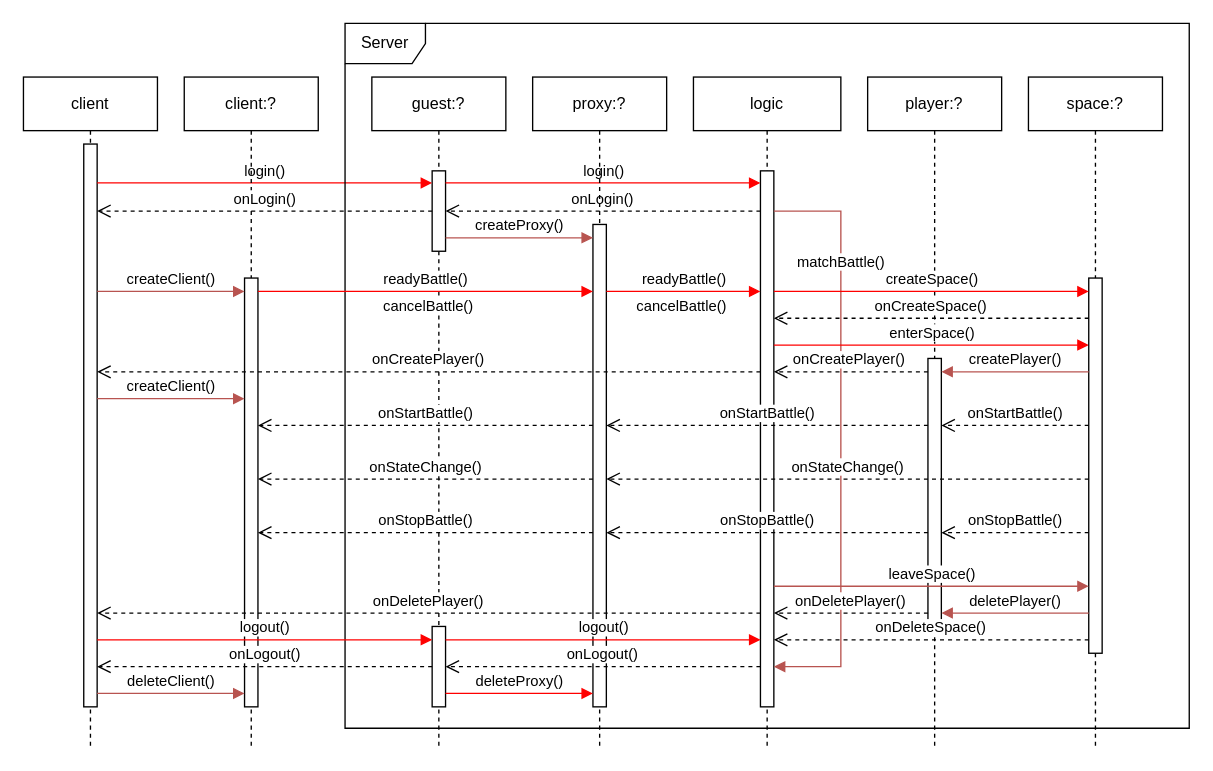
ChivenZhang/OpenMS keeps this draw.io diagram as page "状态同步" (3 of 4) of Document/OpenMS.drawio. Above is the earlier version. Source tidied: cells renumbered, new cells numbered last; positions are measured from the earlier drawing's top-left corner, leaving out a move shared by most shapes. Both pictures are drawn from the tidied source at 134%, with x=0, y=0 at pixel (23, 23).
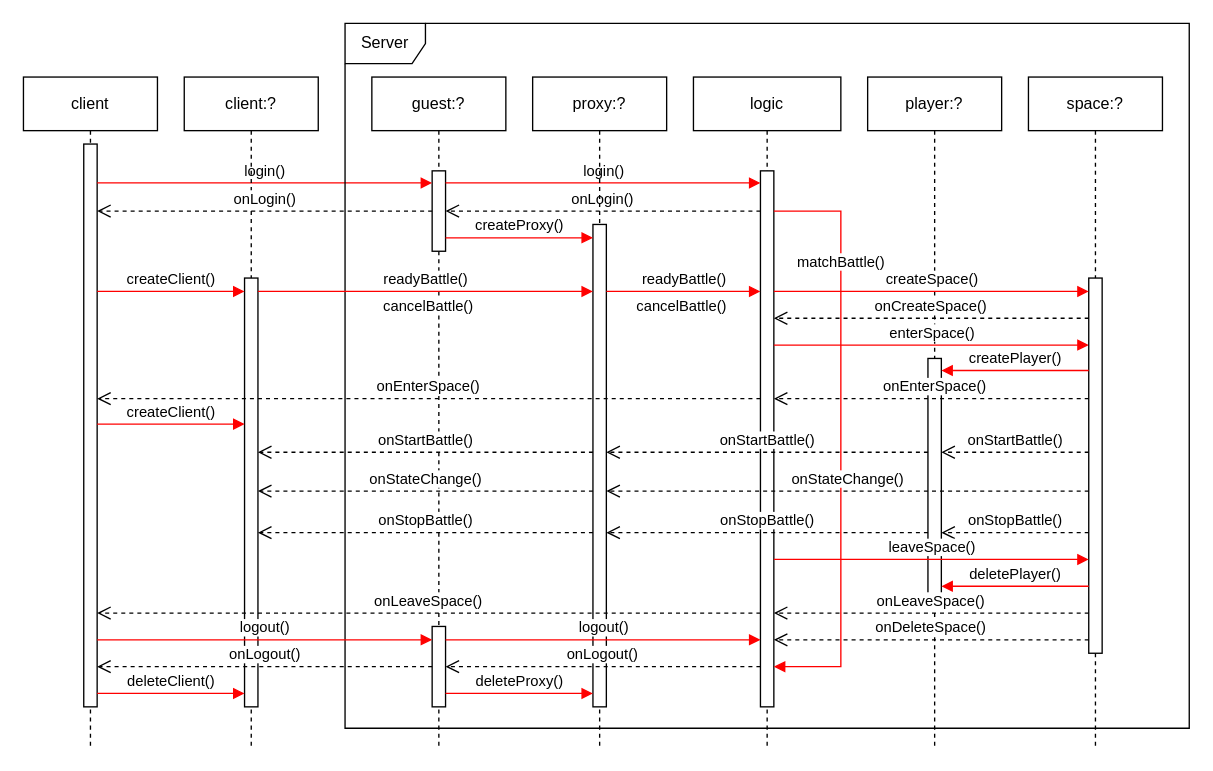
The same diagram, later.

The change refers to these unchanged cells:
```xml
<mxCell id="7" value="player:?" style="shape=umlLifeline;perimeter=lifelinePerimeter;whiteSpace=wrap;html=1;newEdgeStyle={&quot;curved&quot;:0,&quot;rounded&quot;:0};" parent="1" vertex="1">
  <mxGeometry x="630" y="40" width="100" height="500" as="geometry" />
</mxCell>
<mxCell id="10" style="html=1;points=[[0,0,0,0,5],[0,1,0,0,-5],[1,0,0,0,5],[1,1,0,0,-5]];perimeter=orthogonalPerimeter;outlineConnect=0;targetShapes=umlLifeline;portConstraint=eastwest;newEdgeStyle={&quot;curved&quot;:0,&quot;rounded&quot;:0};" parent="9" vertex="1">
  <mxGeometry x="50" y="70" width="10" height="400" as="geometry" />
</mxCell>
<mxCell id="42" style="html=1;points=[[0,0,0,0,5],[0,1,0,0,-5],[1,0,0,0,5],[1,1,0,0,-5]];perimeter=orthogonalPerimeter;outlineConnect=0;targetShapes=umlLifeline;portConstraint=eastwest;newEdgeStyle={&quot;curved&quot;:0,&quot;rounded&quot;:0};" parent="41" vertex="1">
  <mxGeometry x="45" y="150" width="10" height="280" as="geometry" />
</mxCell>
```

Change to the diagram source:
```diff
@@
     <mxCell id="8" style="html=1;perimeter=orthogonalPerimeter;targetShapes=umlLifeline;newEdgeStyle={&quot;curved&quot;:0,&quot;rounded&quot;:0};" parent="7" vertex="1">
-      <mxGeometry x="45" y="210" width="10" height="200" as="geometry" />
+      <mxGeometry x="45" y="210" width="10" height="180" as="geometry" />
     </mxCell>
-    <mxCell id="9" value="logic" style="shape=umlLifeline;perimeter=lifelinePerimeter;whiteSpace=wrap;html=1;newEdgeStyle={&quot;curved&quot;:0,&quot;rounded&quot;:0};" parent="1" vertex="1">
+    <mxCell id="9" value="logic" style="shape=umlLifeline;perimeter=lifelinePerimeter;whiteSpace=wrap;html=1;newEdgeStyle={&quot;curved&quot;:0,&quot;rounded&quot;:0};strokeColor=#000000;" parent="1" vertex="1">
       <mxGeometry x="500" y="40" width="110" height="500" as="geometry" />
     </mxCell>
@@
-    <mxCell id="11" value="matchBattle()" style="html=1;verticalAlign=bottom;endArrow=block;curved=0;rounded=0;fillColor=#f8cecc;strokeColor=#b85450;" parent="9" edge="1" source="10" target="10">
+    <mxCell id="11" value="matchBattle()" style="html=1;verticalAlign=bottom;endArrow=block;curved=0;rounded=0;fillColor=#f8cecc;strokeColor=#FF0000;" parent="9" edge="1" source="10" target="10">
       <mxGeometry x="-0.56" relative="1" as="geometry">
         <Array as="points">
           <mxPoint x="110" y="100" />
           <mxPoint x="110" y="440" />
         </Array>
       </mxGeometry>
     </mxCell>
@@
-    <mxCell id="17" value="createClient()" style="html=1;verticalAlign=bottom;endArrow=block;curved=0;rounded=0;entryX=0;entryY=0;entryDx=0;entryDy=5;entryPerimeter=0;fillColor=#f8cecc;strokeColor=#b85450;" parent="1" edge="1">
+    <mxCell id="17" value="createClient()" style="html=1;verticalAlign=bottom;endArrow=block;curved=0;rounded=0;entryX=0;entryY=0;entryDx=0;entryDy=5;entryPerimeter=0;fillColor=#f8cecc;strokeColor=#FF0000;" parent="1" edge="1">
       <mxGeometry relative="1" as="geometry">
         <mxPoint x="55" y="200" as="sourcePoint" />
         <mxPoint x="165" y="200" as="targetPoint" />
       </mxGeometry>
     </mxCell>
@@
-    <mxCell id="20" value="createProxy()" style="html=1;verticalAlign=bottom;endArrow=block;curved=0;rounded=0;fillColor=#f8cecc;strokeColor=#b85450;" parent="1" edge="1">
+    <mxCell id="20" value="createProxy()" style="html=1;verticalAlign=bottom;endArrow=block;curved=0;rounded=0;fillColor=#f8cecc;strokeColor=#FF0000;" parent="1" edge="1">
       <mxGeometry relative="1" as="geometry">
         <mxPoint x="315" y="160" as="sourcePoint" />
         <mxPoint x="425" y="160" as="targetPoint" />
       </mxGeometry>
     </mxCell>
-    <mxCell id="21" value="enterSpace()" style="html=1;verticalAlign=bottom;endArrow=block;curved=0;rounded=0;strokeColor=#FF0000;" parent="1" edge="1" target="42">
+    <mxCell id="21" value="enterSpace()" style="html=1;verticalAlign=bottom;endArrow=block;curved=0;rounded=0;strokeColor=#FF0000;fillColor=#f8cecc;" parent="1" edge="1">
       <mxGeometry relative="1" as="geometry">
         <mxPoint x="560" y="240" as="sourcePoint" />
+        <mxPoint x="795" y="240" as="targetPoint" />
       </mxGeometry>
     </mxCell>
-    <mxCell id="22" value="onCreatePlayer()" style="html=1;verticalAlign=bottom;endArrow=open;endSize=8;curved=0;rounded=0;exitX=0;exitY=0;exitDx=0;exitDy=5;exitPerimeter=0;fillColor=#f8cecc;strokeColor=#000000;dashed=1;" parent="1" edge="1" target="10">
-      <mxGeometry x="0.02" relative="1" as="geometry">
-        <mxPoint x="675" y="260" as="sourcePoint" />
+    <mxCell id="22" value="onEnterSpace()" style="html=1;verticalAlign=bottom;endArrow=open;endSize=8;curved=0;rounded=0;fillColor=#f8cecc;strokeColor=#000000;dashed=1;" parent="1" edge="1">
+      <mxGeometry x="-0.02" relative="1" as="geometry">
+        <mxPoint x="795" y="280" as="sourcePoint" />
+        <mxPoint x="560" y="280" as="targetPoint" />
       </mxGeometry>
     </mxCell>
-    <mxCell id="23" value="onCreatePlayer()" style="html=1;verticalAlign=bottom;endArrow=open;dashed=1;endSize=8;curved=0;rounded=0;" parent="1" edge="1">
+    <mxCell id="23" value="onEnterSpace()" style="html=1;verticalAlign=bottom;endArrow=open;dashed=1;endSize=8;curved=0;rounded=0;" parent="1" edge="1">
       <mxGeometry relative="1" as="geometry">
-        <mxPoint x="550" y="260" as="sourcePoint" />
-        <mxPoint x="55" y="260" as="targetPoint" />
+        <mxPoint x="550" y="280" as="sourcePoint" />
+        <mxPoint x="55" y="280" as="targetPoint" />
       </mxGeometry>
     </mxCell>
-    <mxCell id="24" value="createClient()" style="html=1;verticalAlign=bottom;endArrow=block;curved=0;rounded=0;fillColor=#f8cecc;strokeColor=#b85450;" parent="1" edge="1">
+    <mxCell id="24" value="createClient()" style="html=1;verticalAlign=bottom;endArrow=block;curved=0;rounded=0;fillColor=#f8cecc;strokeColor=#FF0000;" parent="1" edge="1">
       <mxGeometry relative="1" as="geometry">
-        <mxPoint x="55" y="280" as="sourcePoint" />
-        <mxPoint x="165" y="280" as="targetPoint" />
+        <mxPoint x="55" y="299" as="sourcePoint" />
+        <mxPoint x="165" y="299" as="targetPoint" />
       </mxGeometry>
     </mxCell>
@@
     <mxCell id="35" value="onStartBattle()" style="html=1;verticalAlign=bottom;endArrow=open;dashed=1;endSize=8;curved=0;rounded=0;" parent="1" edge="1">
       <mxGeometry relative="1" as="geometry">
-        <mxPoint x="425" y="300" as="sourcePoint" />
-        <mxPoint x="175" y="300" as="targetPoint" />
+        <mxPoint x="425" y="320" as="sourcePoint" />
+        <mxPoint x="175" y="320" as="targetPoint" />
       </mxGeometry>
     </mxCell>
     <mxCell id="36" value="onStartBattle()" style="html=1;verticalAlign=bottom;endArrow=open;dashed=1;endSize=8;curved=0;rounded=0;" parent="1" edge="1">
       <mxGeometry relative="1" as="geometry">
-        <mxPoint x="675" y="300" as="sourcePoint" />
-        <mxPoint x="435" y="300" as="targetPoint" />
+        <mxPoint x="675" y="320" as="sourcePoint" />
+        <mxPoint x="435" y="320" as="targetPoint" />
       </mxGeometry>
     </mxCell>
@@
     <mxCell id="39" value="onStartBattle()" style="html=1;verticalAlign=bottom;endArrow=open;curved=0;rounded=0;strokeColor=#000000;dashed=1;endFill=0;endSize=8;" parent="1" edge="1">
       <mxGeometry relative="1" as="geometry">
-        <mxPoint x="795" y="300" as="sourcePoint" />
-        <mxPoint x="685" y="300" as="targetPoint" />
+        <mxPoint x="795" y="320" as="sourcePoint" />
+        <mxPoint x="685" y="320" as="targetPoint" />
       </mxGeometry>
     </mxCell>
@@
     <mxCell id="45" value="onStateChange()" style="html=1;verticalAlign=bottom;endArrow=open;curved=0;rounded=0;strokeColor=#000000;endSize=8;endFill=0;dashed=1;" parent="1" edge="1">
       <mxGeometry relative="1" as="geometry">
-        <mxPoint x="795" y="340" as="sourcePoint" />
-        <mxPoint x="435" y="340" as="targetPoint" />
+        <mxPoint x="795" y="349" as="sourcePoint" />
+        <mxPoint x="435" y="349" as="targetPoint" />
       </mxGeometry>
     </mxCell>
     <mxCell id="46" value="onStateChange()" style="html=1;verticalAlign=bottom;endArrow=open;dashed=1;endSize=8;curved=0;rounded=0;" parent="1" edge="1">
       <mxGeometry relative="1" as="geometry">
-        <mxPoint x="425" y="340" as="sourcePoint" />
-        <mxPoint x="175" y="340" as="targetPoint" />
+        <mxPoint x="425" y="349" as="sourcePoint" />
+        <mxPoint x="175" y="349" as="targetPoint" />
       </mxGeometry>
     </mxCell>
-    <mxCell id="47" value="leaveSpace()" style="html=1;verticalAlign=bottom;endArrow=block;curved=0;rounded=0;fillColor=#f8cecc;strokeColor=#b85450;" parent="1" edge="1">
+    <mxCell id="47" value="leaveSpace()" style="html=1;verticalAlign=bottom;endArrow=block;curved=0;rounded=0;fillColor=#f8cecc;strokeColor=#FF0000;" parent="1" edge="1">
       <mxGeometry relative="1" as="geometry">
-        <mxPoint x="560" y="420" as="sourcePoint" />
-        <mxPoint x="795" y="420" as="targetPoint" />
+        <mxPoint x="560" y="400" as="sourcePoint" />
+        <mxPoint x="795" y="400" as="targetPoint" />
       </mxGeometry>
     </mxCell>
-    <mxCell id="48" value="onDeletePlayer()" style="html=1;verticalAlign=bottom;endArrow=open;dashed=1;endSize=8;curved=0;rounded=0;" parent="1" edge="1">
+    <mxCell id="48" value="onLeaveSpace()" style="html=1;verticalAlign=bottom;endArrow=open;dashed=1;endSize=8;curved=0;rounded=0;" parent="1" edge="1" source="42">
       <mxGeometry relative="1" as="geometry">
-        <mxPoint x="675" y="440" as="sourcePoint" />
         <mxPoint x="560" y="440" as="targetPoint" />
       </mxGeometry>
     </mxCell>
-    <mxCell id="49" value="onDeletePlayer()" style="html=1;verticalAlign=bottom;endArrow=open;dashed=1;endSize=8;curved=0;rounded=0;" parent="1" edge="1">
+    <mxCell id="49" value="onLeaveSpace()" style="html=1;verticalAlign=bottom;endArrow=open;dashed=1;endSize=8;curved=0;rounded=0;" parent="1" edge="1">
       <mxGeometry relative="1" as="geometry">
         <mxPoint x="550" y="440" as="sourcePoint" />
         <mxPoint x="55" y="440" as="targetPoint" />
       </mxGeometry>
     </mxCell>
-    <mxCell id="50" value="deleteClient()" style="html=1;verticalAlign=bottom;endArrow=block;curved=0;rounded=0;fillColor=#f8cecc;strokeColor=#b85450;" parent="1" edge="1">
+    <mxCell id="50" value="deleteClient()" style="html=1;verticalAlign=bottom;endArrow=block;curved=0;rounded=0;fillColor=#f8cecc;strokeColor=#FF0000;" parent="1" edge="1">
       <mxGeometry relative="1" as="geometry">
         <mxPoint x="55" y="500" as="sourcePoint" />
         <mxPoint x="165" y="500" as="targetPoint" />
       </mxGeometry>
     </mxCell>
@@
-    <mxCell id="52" value="createPlayer()" style="html=1;verticalAlign=bottom;endArrow=block;curved=0;rounded=0;fillColor=#f8cecc;strokeColor=#b85450;" parent="1" edge="1">
+    <mxCell id="52" value="createPlayer()" style="html=1;verticalAlign=bottom;endArrow=block;curved=0;rounded=0;fillColor=#f8cecc;strokeColor=#FF0000;entryX=1;entryY=0;entryDx=0;entryDy=5;entryPerimeter=0;" parent="1" edge="1">
       <mxGeometry relative="1" as="geometry">
-        <mxPoint x="795" y="260" as="sourcePoint" />
-        <mxPoint x="685" y="260" as="targetPoint" />
+        <mxPoint x="795" y="259" as="sourcePoint" />
+        <mxPoint x="685" y="259" as="targetPoint" />
       </mxGeometry>
     </mxCell>
-    <mxCell id="53" value="deletePlayer()" style="html=1;verticalAlign=bottom;endArrow=block;curved=0;rounded=0;fillColor=#f8cecc;strokeColor=#b85450;" parent="1" edge="1">
+    <mxCell id="53" value="deletePlayer()" style="html=1;verticalAlign=bottom;endArrow=block;curved=0;rounded=0;fillColor=#f8cecc;strokeColor=#FF0000;" parent="1" edge="1">
       <mxGeometry relative="1" as="geometry">
-        <mxPoint x="795" y="440" as="sourcePoint" />
-        <mxPoint x="685" y="440" as="targetPoint" />
+        <mxPoint x="795" y="420" as="sourcePoint" />
+        <mxPoint x="685" y="420" as="targetPoint" />
       </mxGeometry>
     </mxCell>
```
